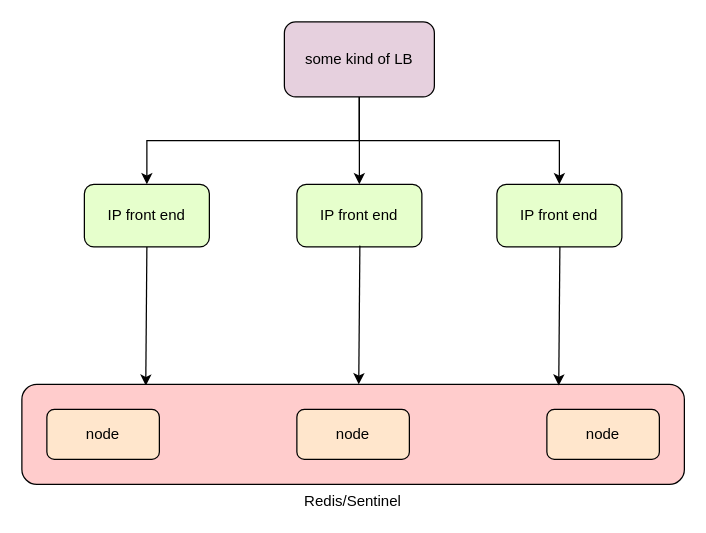
Above: page "IP app nodes" (1 of 2) of aws-poc-stuff.drawio in erik-geant/misc-diagrams (draw.io), before the change. Source tidied: cells renumbered, new cells numbered last; positions are measured from the earlier drawing's top-left corner, leaving out a move shared by most shapes. Both pictures are drawn from the tidied source at 125%, with x=0, y=0 at pixel (21, 21).
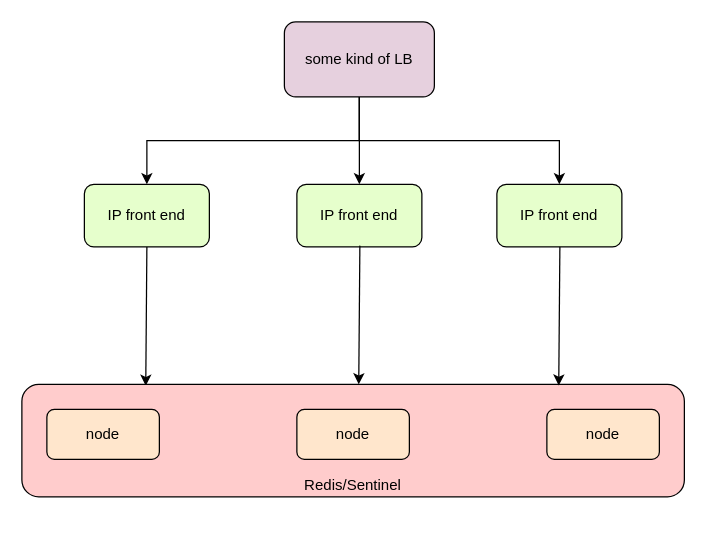
The same diagram, later.

The edit, as a diff of the source:
```diff
@@
 <mxGraphModel>
   <root>
     <mxCell id="0" />
     <mxCell id="1" parent="0" />
     <mxCell id="2" style="edgeStyle=none;rounded=0;jettySize=auto;html=1;exitX=0.5;exitY=1;exitDx=0;exitDy=0;entryX=0.187;entryY=0.013;entryDx=0;entryDy=0;entryPerimeter=0;" parent="1" edge="1" source="3" target="4">
       <mxGeometry relative="1" as="geometry" />
     </mxCell>
     <mxCell id="3" value="IP front end" style="rounded=1;whiteSpace=wrap;html=1;fillColor=#E6FFCC;" parent="1" vertex="1">
       <mxGeometry x="50" y="130" width="100" height="50" as="geometry" />
     </mxCell>
-    <mxCell id="4" value="Redis/Sentinel" style="rounded=1;whiteSpace=wrap;html=1;align=center;labelPosition=center;verticalLabelPosition=bottom;verticalAlign=top;fillColor=#FFCCCC;" parent="1" vertex="1">
-      <mxGeometry y="290" width="530" height="80" as="geometry" />
+    <mxCell id="4" value="Redis/Sentinel" style="rounded=1;whiteSpace=wrap;html=1;align=center;labelPosition=center;verticalLabelPosition=middle;verticalAlign=bottom;fillColor=#FFCCCC;" parent="1" vertex="1">
+      <mxGeometry y="290" width="530" height="90" as="geometry" />
     </mxCell>
     <mxCell id="5" value="IP front end" style="rounded=1;whiteSpace=wrap;html=1;fillColor=#E6FFCC;" parent="1" vertex="1">
       <mxGeometry x="220" y="130" width="100" height="50" as="geometry" />
     </mxCell>
     <mxCell id="6" value="IP front end" style="rounded=1;whiteSpace=wrap;html=1;fillColor=#E6FFCC;" parent="1" vertex="1">
       <mxGeometry x="380" y="130" width="100" height="50" as="geometry" />
     </mxCell>
     <mxCell id="7" value="node" style="rounded=1;whiteSpace=wrap;html=1;fillColor=#FFE6CC;" parent="1" vertex="1">
       <mxGeometry x="20" y="310" width="90" height="40" as="geometry" />
     </mxCell>
     <mxCell id="8" value="node" style="rounded=1;whiteSpace=wrap;html=1;fillColor=#FFE6CC;" parent="1" vertex="1">
       <mxGeometry x="220" y="310" width="90" height="40" as="geometry" />
     </mxCell>
     <mxCell id="9" value="node" style="rounded=1;whiteSpace=wrap;html=1;fillColor=#FFE6CC;" parent="1" vertex="1">
       <mxGeometry x="420" y="310" width="90" height="40" as="geometry" />
     </mxCell>
     <mxCell id="10" style="edgeStyle=none;rounded=0;orthogonalLoop=1;jettySize=auto;html=1;exitX=0.5;exitY=1;exitDx=0;exitDy=0;entryX=0.187;entryY=0.013;entryDx=0;entryDy=0;entryPerimeter=0;" parent="1" edge="1">
       <mxGeometry relative="1" as="geometry">
         <mxPoint x="270.4" y="179" as="sourcePoint" />
         <mxPoint x="269.5" y="290" as="targetPoint" />
       </mxGeometry>
     </mxCell>
     <mxCell id="11" style="edgeStyle=none;rounded=0;orthogonalLoop=1;jettySize=auto;html=1;exitX=0.5;exitY=1;exitDx=0;exitDy=0;entryX=0.187;entryY=0.013;entryDx=0;entryDy=0;entryPerimeter=0;" parent="1" edge="1">
       <mxGeometry relative="1" as="geometry">
         <mxPoint x="430.4" y="180" as="sourcePoint" />
         <mxPoint x="429.5" y="291" as="targetPoint" />
       </mxGeometry>
     </mxCell>
     <mxCell id="12" style="edgeStyle=orthogonalEdgeStyle;rounded=0;jettySize=auto;html=1;exitX=0.5;exitY=1;exitDx=0;exitDy=0;entryX=0.5;entryY=0;entryDx=0;entryDy=0;" parent="1" edge="1" source="15" target="3">
       <mxGeometry relative="1" as="geometry" />
     </mxCell>
     <mxCell id="13" style="edgeStyle=orthogonalEdgeStyle;rounded=0;jettySize=auto;html=1;exitX=0.5;exitY=1;exitDx=0;exitDy=0;entryX=0.5;entryY=0;entryDx=0;entryDy=0;" parent="1" edge="1" source="15" target="5">
       <mxGeometry relative="1" as="geometry" />
     </mxCell>
     <mxCell id="14" style="edgeStyle=orthogonalEdgeStyle;rounded=0;jettySize=auto;html=1;exitX=0.5;exitY=1;exitDx=0;exitDy=0;" parent="1" edge="1" source="15" target="6">
       <mxGeometry relative="1" as="geometry" />
     </mxCell>
     <mxCell id="15" value="some kind of LB" style="rounded=1;whiteSpace=wrap;html=1;fillColor=#E6D0DE;" parent="1" vertex="1">
       <mxGeometry x="210" width="120" height="60" as="geometry" />
     </mxCell>
   </root>
 </mxGraphModel>
```
